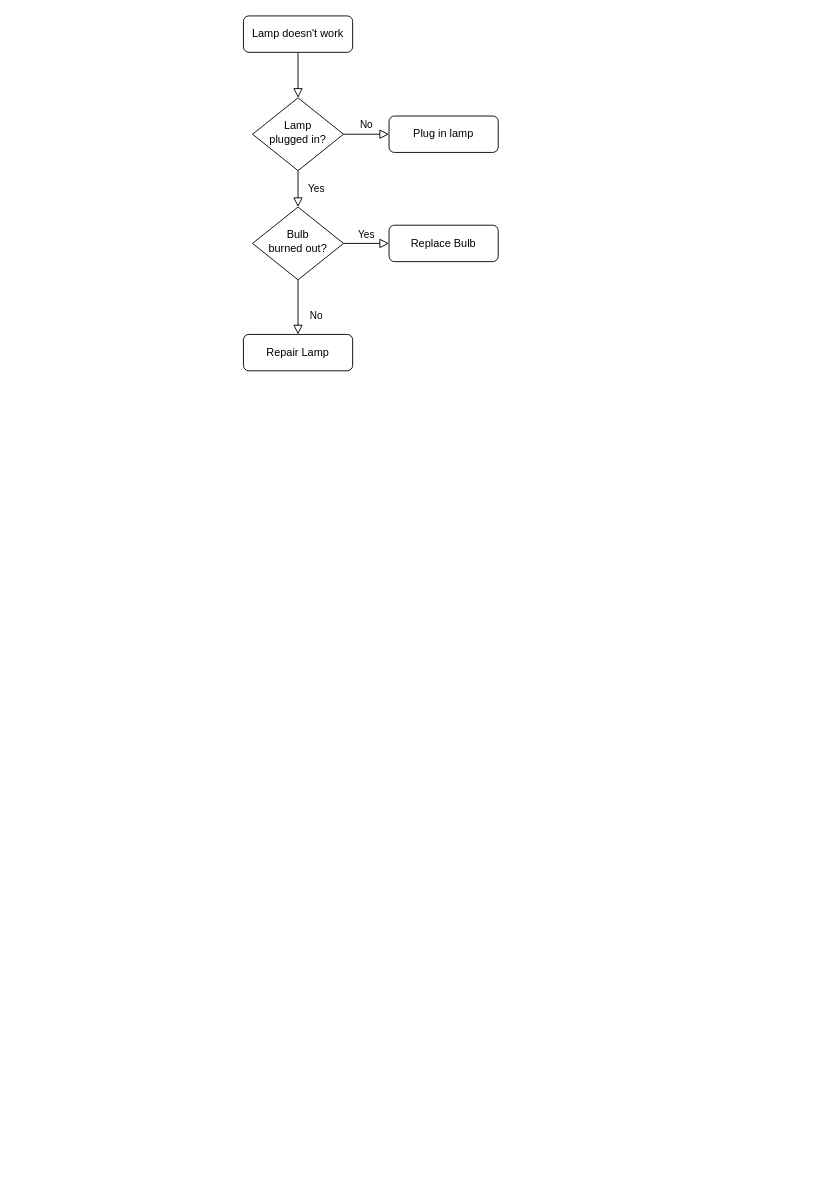
NealD00/Diagramin keeps this draw.io diagram as CARI2024.drawio. Above is the earlier version. Source tidied: cells renumbered, new cells numbered last; positions are measured from the earlier drawing's top-left corner, leaving out a move shared by most shapes. Both pictures are drawn from the tidied source at 91%, with x=0, y=0 at pixel (243, 15).
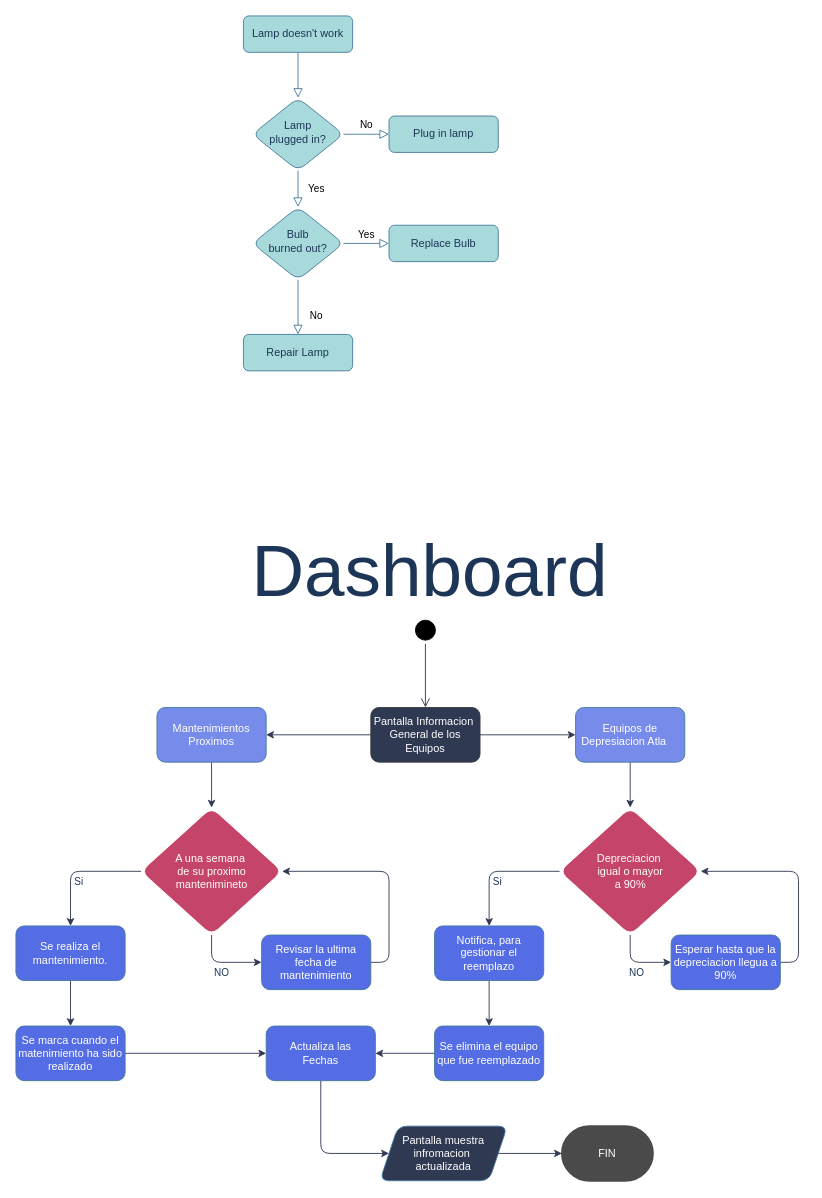
The same page after the edit.

Change to the diagram source:
```diff
@@
-    <mxCell id="2" style="rounded=0;html=1;jettySize=auto;fontSize=11;endArrow=block;endFill=0;endSize=8;strokeWidth=1;shadow=0;labelBackgroundColor=none;edgeStyle=orthogonalEdgeStyle;" parent="1" edge="1" source="3" target="6">
+    <mxCell id="2" style="rounded=1;html=1;jettySize=auto;fontSize=11;endArrow=block;endFill=0;endSize=8;strokeWidth=1;shadow=0;labelBackgroundColor=none;edgeStyle=orthogonalEdgeStyle;strokeColor=#457B9D;fontColor=default;" parent="1" edge="1" source="3" target="6">
       <mxGeometry relative="1" as="geometry" />
     </mxCell>
-    <mxCell id="3" value="Lamp doesn't work" style="rounded=1;whiteSpace=wrap;html=1;fontSize=12;glass=0;strokeWidth=1;shadow=0;" parent="1" vertex="1">
+    <mxCell id="3" value="Lamp doesn't work" style="rounded=1;whiteSpace=wrap;html=1;fontSize=12;glass=0;strokeWidth=1;shadow=0;labelBackgroundColor=none;fillColor=#A8DADC;strokeColor=#457B9D;fontColor=#1D3557;" parent="1" vertex="1">
       <mxGeometry width="120" height="40" as="geometry" />
     </mxCell>
-    <mxCell id="4" value="Yes" style="rounded=0;html=1;jettySize=auto;fontSize=11;endArrow=block;endFill=0;endSize=8;strokeWidth=1;shadow=0;labelBackgroundColor=none;edgeStyle=orthogonalEdgeStyle;" parent="1" edge="1" source="6" target="10">
+    <mxCell id="4" value="Yes" style="rounded=1;html=1;jettySize=auto;fontSize=11;endArrow=block;endFill=0;endSize=8;strokeWidth=1;shadow=0;labelBackgroundColor=none;edgeStyle=orthogonalEdgeStyle;strokeColor=#457B9D;fontColor=default;" parent="1" edge="1" source="6" target="10">
       <mxGeometry y="20" relative="1" as="geometry" />
     </mxCell>
-    <mxCell id="5" value="No" style="edgeStyle=orthogonalEdgeStyle;rounded=0;html=1;jettySize=auto;fontSize=11;endArrow=block;endFill=0;endSize=8;strokeWidth=1;shadow=0;labelBackgroundColor=none;" parent="1" edge="1" source="6" target="7">
+    <mxCell id="5" value="No" style="edgeStyle=orthogonalEdgeStyle;rounded=1;html=1;jettySize=auto;fontSize=11;endArrow=block;endFill=0;endSize=8;strokeWidth=1;shadow=0;labelBackgroundColor=none;strokeColor=#457B9D;fontColor=default;" parent="1" edge="1" source="6" target="7">
       <mxGeometry y="10" relative="1" as="geometry" />
     </mxCell>
-    <mxCell id="6" value="Lamp&lt;br&gt;plugged in?" style="rhombus;whiteSpace=wrap;html=1;shadow=0;fontFamily=Helvetica;fontSize=12;align=center;strokeWidth=1;spacing=6;spacingTop=-4;" parent="1" vertex="1">
+    <mxCell id="6" value="Lamp&lt;br&gt;plugged in?" style="rhombus;whiteSpace=wrap;html=1;shadow=0;fontFamily=Helvetica;fontSize=12;align=center;strokeWidth=1;spacing=6;spacingTop=-4;rounded=1;labelBackgroundColor=none;fillColor=#A8DADC;strokeColor=#457B9D;fontColor=#1D3557;" parent="1" vertex="1">
       <mxGeometry x="10" y="90" width="100" height="80" as="geometry" />
     </mxCell>
-    <mxCell id="7" value="Plug in lamp" style="rounded=1;whiteSpace=wrap;html=1;fontSize=12;glass=0;strokeWidth=1;shadow=0;" parent="1" vertex="1">
+    <mxCell id="7" value="Plug in lamp" style="rounded=1;whiteSpace=wrap;html=1;fontSize=12;glass=0;strokeWidth=1;shadow=0;labelBackgroundColor=none;fillColor=#A8DADC;strokeColor=#457B9D;fontColor=#1D3557;" parent="1" vertex="1">
       <mxGeometry x="160" y="110" width="120" height="40" as="geometry" />
     </mxCell>
-    <mxCell id="8" value="No" style="rounded=0;html=1;jettySize=auto;fontSize=11;endArrow=block;endFill=0;endSize=8;strokeWidth=1;shadow=0;labelBackgroundColor=none;edgeStyle=orthogonalEdgeStyle;" parent="1" edge="1" source="10" target="11">
+    <mxCell id="8" value="No" style="rounded=1;html=1;jettySize=auto;fontSize=11;endArrow=block;endFill=0;endSize=8;strokeWidth=1;shadow=0;labelBackgroundColor=none;edgeStyle=orthogonalEdgeStyle;strokeColor=#457B9D;fontColor=default;" parent="1" edge="1" source="10" target="11">
       <mxGeometry x="0.33" y="20" relative="1" as="geometry" />
     </mxCell>
-    <mxCell id="9" value="Yes" style="edgeStyle=orthogonalEdgeStyle;rounded=0;html=1;jettySize=auto;fontSize=11;endArrow=block;endFill=0;endSize=8;strokeWidth=1;shadow=0;labelBackgroundColor=none;" parent="1" edge="1" source="10" target="12">
+    <mxCell id="9" value="Yes" style="edgeStyle=orthogonalEdgeStyle;rounded=1;html=1;jettySize=auto;fontSize=11;endArrow=block;endFill=0;endSize=8;strokeWidth=1;shadow=0;labelBackgroundColor=none;strokeColor=#457B9D;fontColor=default;" parent="1" edge="1" source="10" target="12">
       <mxGeometry y="10" relative="1" as="geometry" />
     </mxCell>
-    <mxCell id="10" value="Bulb&lt;br&gt;burned out?" style="rhombus;whiteSpace=wrap;html=1;shadow=0;fontFamily=Helvetica;fontSize=12;align=center;strokeWidth=1;spacing=6;spacingTop=-4;" parent="1" vertex="1">
+    <mxCell id="10" value="Bulb&lt;br&gt;burned out?" style="rhombus;whiteSpace=wrap;html=1;shadow=0;fontFamily=Helvetica;fontSize=12;align=center;strokeWidth=1;spacing=6;spacingTop=-4;rounded=1;labelBackgroundColor=none;fillColor=#A8DADC;strokeColor=#457B9D;fontColor=#1D3557;" parent="1" vertex="1">
       <mxGeometry x="10" y="210" width="100" height="80" as="geometry" />
     </mxCell>
-    <mxCell id="11" value="Repair Lamp" style="rounded=1;whiteSpace=wrap;html=1;fontSize=12;glass=0;strokeWidth=1;shadow=0;" parent="1" vertex="1">
+    <mxCell id="11" value="Repair Lamp" style="rounded=1;whiteSpace=wrap;html=1;fontSize=12;glass=0;strokeWidth=1;shadow=0;labelBackgroundColor=none;fillColor=#A8DADC;strokeColor=#457B9D;fontColor=#1D3557;" parent="1" vertex="1">
       <mxGeometry y="350" width="120" height="40" as="geometry" />
     </mxCell>
-    <mxCell id="12" value="Replace Bulb" style="rounded=1;whiteSpace=wrap;html=1;fontSize=12;glass=0;strokeWidth=1;shadow=0;" parent="1" vertex="1">
+    <mxCell id="12" value="Replace Bulb" style="rounded=1;whiteSpace=wrap;html=1;fontSize=12;glass=0;strokeWidth=1;shadow=0;labelBackgroundColor=none;fillColor=#A8DADC;strokeColor=#457B9D;fontColor=#1D3557;" parent="1" vertex="1">
       <mxGeometry x="160" y="230" width="120" height="40" as="geometry" />
     </mxCell>
+    <mxCell id="13" value="Dashboard" style="text;html=1;align=center;verticalAlign=middle;whiteSpace=wrap;rounded=1;fontSize=80;labelBackgroundColor=none;fontColor=#1D3557;" parent="1" vertex="1">
+      <mxGeometry y="570" width="410" height="80" as="geometry" />
+    </mxCell>
+    <mxCell id="14" style="group;rounded=1;labelBackgroundColor=none;fontColor=#FFFFFF;fillColor=none;strokeColor=none;glass=0;shadow=0;gradientColor=none;" parent="1" vertex="1">
+      <mxGeometry x="-250" y="660" width="860" height="620" as="geometry" />
+    </mxCell>
+    <mxCell id="15" style="ellipse;html=1;shape=startState;fillColor=#000000;rounded=1;labelBackgroundColor=none;" parent="14" vertex="1">
+      <mxGeometry x="435" width="30" height="30" as="geometry" />
+    </mxCell>
+    <mxCell id="16" style="edgeStyle=orthogonalEdgeStyle;html=1;verticalAlign=bottom;endArrow=open;endSize=8;strokeColor=#303952;rounded=1;entryX=0.5;entryY=0;entryDx=0;entryDy=0;labelBackgroundColor=none;fontColor=default;" parent="14" edge="1" source="15" target="19">
+      <mxGeometry relative="1" as="geometry" />
+    </mxCell>
+    <mxCell id="17" style="edgeStyle=orthogonalEdgeStyle;rounded=1;jettySize=auto;html=1;labelBackgroundColor=none;strokeColor=#303952;fontColor=default;" parent="14" edge="1" source="19" target="21">
+      <mxGeometry relative="1" as="geometry" />
+    </mxCell>
+    <mxCell id="18" style="edgeStyle=orthogonalEdgeStyle;rounded=1;jettySize=auto;html=1;labelBackgroundColor=none;strokeColor=#303952;fontColor=default;" parent="14" edge="1" source="19" target="23">
+      <mxGeometry relative="1" as="geometry" />
+    </mxCell>
+    <mxCell id="19" value="Pantalla Informacion&amp;nbsp;&lt;div&gt;General de los Equipos&lt;/div&gt;" style="rounded=1;whiteSpace=wrap;html=1;labelBackgroundColor=none;fillColor=#303952;strokeColor=#36393d;fontColor=#FFFFFF;" parent="14" vertex="1">
+      <mxGeometry x="390" y="100" width="120" height="60" as="geometry" />
+    </mxCell>
+    <mxCell id="20" style="edgeStyle=orthogonalEdgeStyle;rounded=1;jettySize=auto;html=1;labelBackgroundColor=none;strokeColor=#303952;fontColor=default;" parent="14" edge="1" source="21" target="28">
+      <mxGeometry relative="1" as="geometry" />
+    </mxCell>
+    <mxCell id="21" value="Mantenimientos Proximos" style="whiteSpace=wrap;html=1;rounded=1;labelBackgroundColor=none;fillColor=#778BEB;strokeColor=#457B9D;fontColor=#FFFFFF;" parent="14" vertex="1">
+      <mxGeometry x="155" y="100" width="120" height="60" as="geometry" />
+    </mxCell>
+    <mxCell id="22" style="edgeStyle=orthogonalEdgeStyle;rounded=1;jettySize=auto;html=1;labelBackgroundColor=none;strokeColor=#303952;fontColor=default;" parent="14" edge="1" source="23" target="35">
+      <mxGeometry relative="1" as="geometry" />
+    </mxCell>
+    <mxCell id="23" value="Equipos de Depresiacion Atla&lt;span style=&quot;white-space: pre;&quot;&gt;&#9;&lt;/span&gt;" style="whiteSpace=wrap;html=1;rounded=1;labelBackgroundColor=none;fillColor=#778BEB;strokeColor=#457B9D;fontColor=#FFFFFF;" parent="14" vertex="1">
+      <mxGeometry x="615" y="100" width="120" height="60" as="geometry" />
+    </mxCell>
+    <mxCell id="24" style="edgeStyle=orthogonalEdgeStyle;rounded=1;jettySize=auto;html=1;entryX=0;entryY=0.5;entryDx=0;entryDy=0;labelBackgroundColor=none;strokeColor=#303952;fontColor=default;" parent="14" edge="1" source="28" target="30">
+      <mxGeometry relative="1" as="geometry" />
+    </mxCell>
+    <mxCell id="25" value="NO" style="edgeLabel;html=1;align=center;verticalAlign=middle;rounded=1;labelBackgroundColor=none;fontColor=#1D3557;" parent="24" vertex="1">
+      <mxGeometry x="-0.2" y="4" relative="1" as="geometry">
+        <mxPoint x="6" y="14" as="offset" />
+      </mxGeometry>
+    </mxCell>
+    <mxCell id="26" style="edgeStyle=orthogonalEdgeStyle;rounded=1;jettySize=auto;html=1;entryX=0.5;entryY=0;entryDx=0;entryDy=0;labelBackgroundColor=none;strokeColor=#303952;fontColor=default;" parent="14" edge="1" source="28" target="32">
+      <mxGeometry relative="1" as="geometry" />
+    </mxCell>
+    <mxCell id="27" value="Si" style="edgeLabel;html=1;align=center;verticalAlign=middle;rounded=1;labelBackgroundColor=none;fontColor=#1D3557;" parent="26" vertex="1">
+      <mxGeometry x="-0.01" y="2" relative="1" as="geometry">
+        <mxPoint x="-1" y="8" as="offset" />
+      </mxGeometry>
+    </mxCell>
+    <mxCell id="28" value="A una semana&amp;nbsp;&lt;div&gt;de su proximo mantenimineto&lt;/div&gt;" style="rhombus;whiteSpace=wrap;html=1;rounded=1;labelBackgroundColor=none;fillColor=#C44569;strokeColor=#FFFFFF;fontColor=#FFFFFF;" parent="14" vertex="1">
+      <mxGeometry x="137.5" y="210" width="155" height="140" as="geometry" />
+    </mxCell>
+    <mxCell id="29" style="edgeStyle=orthogonalEdgeStyle;rounded=1;jettySize=auto;html=1;exitX=1;exitY=0.5;exitDx=0;exitDy=0;entryX=1;entryY=0.5;entryDx=0;entryDy=0;labelBackgroundColor=none;strokeColor=#303952;fontColor=default;" parent="14" edge="1" source="30" target="28">
+      <mxGeometry relative="1" as="geometry" />
+    </mxCell>
+    <mxCell id="30" value="Revisar la ultima fecha de mantenimiento" style="whiteSpace=wrap;html=1;rounded=1;labelBackgroundColor=none;fillColor=#546DE5;strokeColor=#457B9D;fontColor=#FFFFFF;" parent="14" vertex="1">
+      <mxGeometry x="270" y="350" width="120" height="60" as="geometry" />
+    </mxCell>
+    <mxCell id="31" style="edgeStyle=orthogonalEdgeStyle;rounded=1;jettySize=auto;html=1;labelBackgroundColor=none;strokeColor=#303952;fontColor=default;" parent="14" edge="1" source="32" target="34">
+      <mxGeometry relative="1" as="geometry" />
+    </mxCell>
+    <mxCell id="32" value="Se realiza el mantenimiento." style="whiteSpace=wrap;html=1;rounded=1;labelBackgroundColor=none;fillColor=#546DE5;strokeColor=#457B9D;fontColor=#FFFFFF;" parent="14" vertex="1">
+      <mxGeometry y="340" width="120" height="60" as="geometry" />
+    </mxCell>
+    <mxCell id="33" style="edgeStyle=orthogonalEdgeStyle;rounded=1;jettySize=auto;html=1;entryX=0;entryY=0.5;entryDx=0;entryDy=0;labelBackgroundColor=none;strokeColor=#303952;fontColor=default;" parent="14" edge="1" source="34" target="49">
+      <mxGeometry relative="1" as="geometry" />
+    </mxCell>
+    <mxCell id="34" value="Se marca cuando el matenimiento ha sido realizado" style="rounded=1;whiteSpace=wrap;html=1;labelBackgroundColor=none;fillColor=#546DE5;strokeColor=#457B9D;fontColor=#FFFFFF;" parent="14" vertex="1">
+      <mxGeometry y="450" width="120" height="60" as="geometry" />
+    </mxCell>
+    <mxCell id="35" value="Depreciacion&amp;nbsp;&lt;div&gt;i&lt;span style=&quot;background-color: initial;&quot;&gt;gual o mayor&lt;/span&gt;&lt;div&gt;&lt;div&gt;a 90%&lt;/div&gt;&lt;/div&gt;&lt;/div&gt;" style="rhombus;whiteSpace=wrap;html=1;rounded=1;labelBackgroundColor=none;fillColor=#C44569;strokeColor=#FFFFFF;fontColor=#FFFFFF;" parent="14" vertex="1">
+      <mxGeometry x="597.5" y="210" width="155" height="140" as="geometry" />
+    </mxCell>
+    <mxCell id="36" style="edgeStyle=orthogonalEdgeStyle;rounded=1;jettySize=auto;html=1;entryX=0;entryY=0.5;entryDx=0;entryDy=0;exitX=0.5;exitY=1;exitDx=0;exitDy=0;labelBackgroundColor=none;strokeColor=#303952;fontColor=default;" parent="14" edge="1" source="35" target="41">
+      <mxGeometry relative="1" as="geometry" />
+    </mxCell>
+    <mxCell id="37" value="NO" style="edgeLabel;html=1;align=center;verticalAlign=middle;rounded=1;labelBackgroundColor=none;fontColor=#1D3557;" parent="36" vertex="1">
+      <mxGeometry x="-0.2" y="4" relative="1" as="geometry">
+        <mxPoint x="6" y="14" as="offset" />
+      </mxGeometry>
+    </mxCell>
+    <mxCell id="38" style="edgeStyle=orthogonalEdgeStyle;rounded=1;jettySize=auto;html=1;entryX=0.5;entryY=0;entryDx=0;entryDy=0;labelBackgroundColor=none;strokeColor=#303952;fontColor=default;" parent="14" edge="1" source="35" target="43">
+      <mxGeometry relative="1" as="geometry" />
+    </mxCell>
+    <mxCell id="39" value="Si" style="edgeLabel;html=1;align=center;verticalAlign=middle;rounded=1;labelBackgroundColor=none;fontColor=#1D3557;" parent="38" vertex="1">
+      <mxGeometry x="-0.01" y="2" relative="1" as="geometry">
+        <mxPoint x="-1" y="8" as="offset" />
+      </mxGeometry>
+    </mxCell>
+    <mxCell id="40" style="edgeStyle=orthogonalEdgeStyle;rounded=1;jettySize=auto;html=1;exitX=1;exitY=0.5;exitDx=0;exitDy=0;entryX=1;entryY=0.5;entryDx=0;entryDy=0;labelBackgroundColor=none;strokeColor=#303952;fontColor=default;" parent="14" edge="1" source="41" target="35">
+      <mxGeometry relative="1" as="geometry">
+        <Array as="points">
+          <mxPoint x="860" y="380" />
+          <mxPoint x="860" y="280" />
+        </Array>
+      </mxGeometry>
+    </mxCell>
+    <mxCell id="41" value="Esperar hasta que la depreciacion llegua a 90%" style="whiteSpace=wrap;html=1;rounded=1;labelBackgroundColor=none;fillColor=#546DE5;strokeColor=#457B9D;fontColor=#FFFFFF;" parent="14" vertex="1">
+      <mxGeometry x="720" y="350" width="120" height="60" as="geometry" />
+    </mxCell>
+    <mxCell id="42" style="edgeStyle=orthogonalEdgeStyle;rounded=1;jettySize=auto;html=1;labelBackgroundColor=none;strokeColor=#303952;fontColor=default;" parent="14" edge="1" source="43" target="45">
+      <mxGeometry relative="1" as="geometry" />
+    </mxCell>
+    <mxCell id="43" value="Notifica, para gestionar el reemplazo" style="whiteSpace=wrap;html=1;rounded=1;labelBackgroundColor=none;fillColor=#546DE5;strokeColor=#457B9D;fontColor=#FFFFFF;" parent="14" vertex="1">
+      <mxGeometry x="460" y="340" width="120" height="60" as="geometry" />
+    </mxCell>
+    <mxCell id="44" style="edgeStyle=orthogonalEdgeStyle;rounded=1;jettySize=auto;html=1;entryX=1;entryY=0.5;entryDx=0;entryDy=0;labelBackgroundColor=none;strokeColor=#303952;fontColor=default;" parent="14" edge="1" source="45" target="49">
+      <mxGeometry relative="1" as="geometry" />
+    </mxCell>
+    <mxCell id="45" value="Se elimina el equipo que fue reemplazado" style="rounded=1;whiteSpace=wrap;html=1;labelBackgroundColor=none;fillColor=#546DE5;strokeColor=#457B9D;fontColor=#FFFFFF;" parent="14" vertex="1">
+      <mxGeometry x="460" y="450" width="120" height="60" as="geometry" />
+    </mxCell>
+    <mxCell id="46" value="Pantalla muestra infromacion&amp;nbsp;&lt;div&gt;actualizada&lt;/div&gt;" style="shape=parallelogram;perimeter=parallelogramPerimeter;whiteSpace=wrap;html=1;fixedSize=1;rounded=1;labelBackgroundColor=none;fillColor=#303952;strokeColor=#457B9D;fontColor=#FFFFFF;" parent="14" vertex="1">
+      <mxGeometry x="400" y="560" width="140" height="60" as="geometry" />
+    </mxCell>
+    <mxCell id="47" value="FIN" style="strokeWidth=2;html=1;shape=mxgraph.flowchart.terminator;whiteSpace=wrap;rounded=1;labelBackgroundColor=none;fillColor=#4A4A4A;strokeColor=#4A4A4A;fontColor=#FFFFFF;" parent="14" vertex="1">
+      <mxGeometry x="600" y="560" width="100" height="60" as="geometry" />
+    </mxCell>
+    <mxCell id="48" style="edgeStyle=orthogonalEdgeStyle;rounded=1;jettySize=auto;html=1;exitX=0.5;exitY=1;exitDx=0;exitDy=0;entryX=0;entryY=0.5;entryDx=0;entryDy=0;labelBackgroundColor=none;strokeColor=#303952;fontColor=default;" parent="14" edge="1" source="49" target="46">
+      <mxGeometry relative="1" as="geometry">
+        <Array as="points">
+          <mxPoint x="335" y="590" />
+        </Array>
+      </mxGeometry>
+    </mxCell>
+    <mxCell id="49" value="Actualiza las&lt;div&gt;Fechas&lt;/div&gt;" style="rounded=1;whiteSpace=wrap;html=1;labelBackgroundColor=none;fillColor=#546DE5;strokeColor=#457B9D;fontColor=#FFFFFF;" parent="14" vertex="1">
+      <mxGeometry x="275" y="450" width="120" height="60" as="geometry" />
+    </mxCell>
+    <mxCell id="50" style="edgeStyle=orthogonalEdgeStyle;rounded=1;jettySize=auto;html=1;exitX=1;exitY=0.5;exitDx=0;exitDy=0;entryX=0;entryY=0.5;entryDx=0;entryDy=0;entryPerimeter=0;labelBackgroundColor=none;strokeColor=#303952;fontColor=default;" parent="14" edge="1" source="46" target="47">
+      <mxGeometry relative="1" as="geometry" />
+    </mxCell>
```
